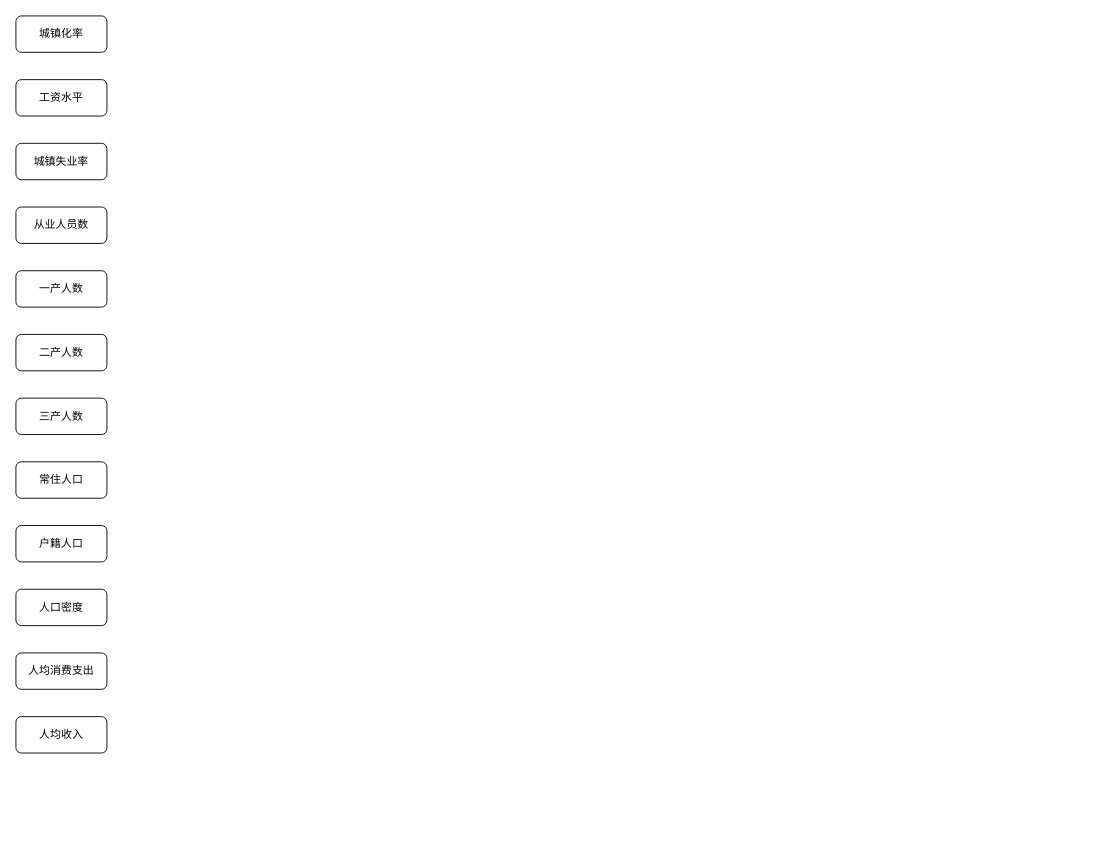
The draw.io diagram 未命名绘图.drawio in Iaiolk/CourseDM_Project, before the edit. Source tidied: cells renumbered, new cells numbered last; positions are measured from the earlier drawing's top-left corner, leaving out a move shared by most shapes. Both pictures are drawn from the tidied source at 91%, with x=0, y=0 at pixel (15, 15).
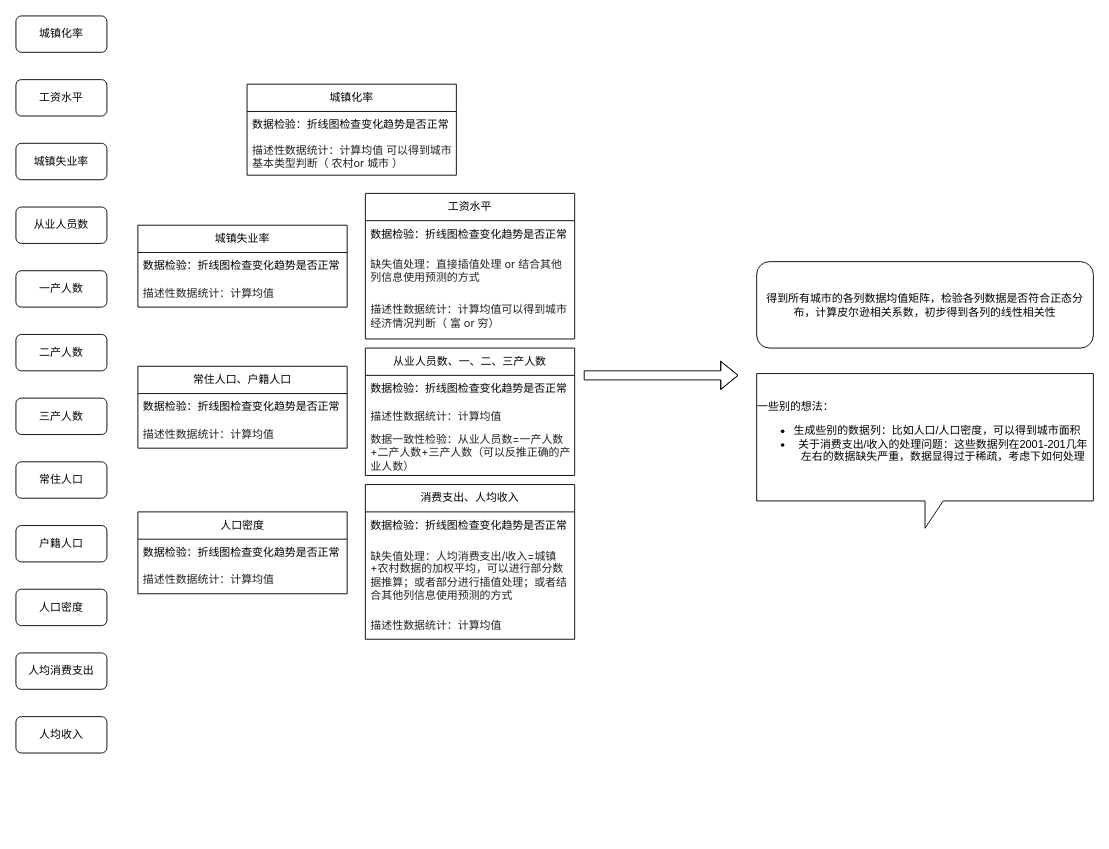
After the change.

Commit message:
更新未命名绘图.drawio

What changed in the source:
```diff
@@
-    <mxCell id="2" value="城镇化率" style="rounded=1;whiteSpace=wrap;html=1;" parent="1" vertex="1">
-      <mxGeometry width="100" height="40" as="geometry" />
-    </mxCell>
-    <mxCell id="3" value="工资水平" style="rounded=1;whiteSpace=wrap;html=1;" parent="1" vertex="1">
-      <mxGeometry y="70" width="100" height="40" as="geometry" />
-    </mxCell>
@@
+    <mxCell id="14" value="城镇化率" style="swimlane;fontStyle=0;horizontal=1;startSize=30;whiteSpace=wrap;html=1;" parent="1" vertex="1">
+      <mxGeometry x="254" y="75" width="230" height="100" as="geometry" />
+    </mxCell>
+    <mxCell id="15" value="数据检验：折线图检查变化趋势是否正常" style="text;strokeColor=none;fillColor=none;align=left;verticalAlign=middle;spacingLeft=4;spacingRight=4;overflow=hidden;whiteSpace=wrap;html=1;" parent="14" vertex="1">
+      <mxGeometry y="30" width="230" height="30" as="geometry" />
+    </mxCell>
+    <mxCell id="16" value="&lt;font style=&quot;font-size: 12px;&quot;&gt;&lt;font style=&quot;font-size: 12px;&quot; face=&quot;-apple-system, BlinkMacSystemFont, Segoe UI, Noto Sans, Helvetica, Arial, sans-serif, Apple Color Emoji, Segoe UI Emoji&quot; color=&quot;#1f2328&quot;&gt;&lt;span style=&quot;background-color: rgb(255, 255, 255);&quot;&gt;描述性数据统计：计算均值 可以得到城市基本类型判断（ 农村or 城市 ）&lt;/span&gt;&lt;/font&gt;&lt;/font&gt;" style="text;strokeColor=none;fillColor=none;align=left;verticalAlign=middle;spacingLeft=4;spacingRight=4;overflow=hidden;whiteSpace=wrap;html=1;" parent="14" vertex="1">
+      <mxGeometry y="60" width="230" height="40" as="geometry" />
+    </mxCell>
+    <mxCell id="17" value="工资水平" style="swimlane;fontStyle=0;horizontal=1;startSize=30;whiteSpace=wrap;html=1;" parent="1" vertex="1">
+      <mxGeometry x="384" y="195" width="230" height="160" as="geometry" />
+    </mxCell>
+    <mxCell id="18" value="&lt;span style=&quot;color: rgb(0, 0, 0); font-family: Helvetica; font-size: 12px; font-style: normal; font-variant-ligatures: normal; font-variant-caps: normal; font-weight: 400; letter-spacing: normal; orphans: 2; text-align: left; text-indent: 0px; text-transform: none; widows: 2; word-spacing: 0px; -webkit-text-stroke-width: 0px; white-space: normal; background-color: rgb(251, 251, 251); text-decoration-thickness: initial; text-decoration-style: initial; text-decoration-color: initial; display: inline !important; float: none;&quot;&gt;数据检验：折线图检查变化趋势是否正常&lt;/span&gt;" style="text;strokeColor=none;fillColor=none;align=left;verticalAlign=middle;spacingLeft=4;spacingRight=4;overflow=hidden;whiteSpace=wrap;html=1;" parent="17" vertex="1">
+      <mxGeometry y="30" width="230" height="30" as="geometry" />
+    </mxCell>
+    <mxCell id="19" value="&lt;span style=&quot;color: rgb(31, 35, 40); font-family: -apple-system, BlinkMacSystemFont, &amp;quot;Segoe UI&amp;quot;, &amp;quot;Noto Sans&amp;quot;, Helvetica, Arial, sans-serif, &amp;quot;Apple Color Emoji&amp;quot;, &amp;quot;Segoe UI Emoji&amp;quot;; background-color: rgb(255, 255, 255);&quot;&gt;缺失值处理：直接插值处理 or 结合其他列信息使用预测的方式&lt;/span&gt;" style="text;strokeColor=none;fillColor=none;align=left;verticalAlign=middle;spacingLeft=4;spacingRight=4;overflow=hidden;whiteSpace=wrap;html=1;" parent="17" vertex="1">
+      <mxGeometry y="60" width="230" height="50" as="geometry" />
+    </mxCell>
+    <mxCell id="20" value="&lt;span style=&quot;color: rgb(31, 35, 40); font-family: -apple-system, BlinkMacSystemFont, &amp;quot;Segoe UI&amp;quot;, &amp;quot;Noto Sans&amp;quot;, Helvetica, Arial, sans-serif, &amp;quot;Apple Color Emoji&amp;quot;, &amp;quot;Segoe UI Emoji&amp;quot;; background-color: rgb(255, 255, 255);&quot;&gt;描述性数据统计：计算均值可以得到城市经济情况判断（ 富 or 穷）&amp;nbsp;&lt;/span&gt;" style="text;strokeColor=none;fillColor=none;align=left;verticalAlign=middle;spacingLeft=4;spacingRight=4;overflow=hidden;whiteSpace=wrap;html=1;" parent="17" vertex="1">
+      <mxGeometry y="110" width="230" height="50" as="geometry" />
+    </mxCell>
+    <mxCell id="21" value="城镇失业率" style="swimlane;fontStyle=0;horizontal=1;startSize=30;whiteSpace=wrap;html=1;" parent="1" vertex="1">
+      <mxGeometry x="134" y="230" width="230" height="90" as="geometry" />
+    </mxCell>
+    <mxCell id="22" value="&lt;span style=&quot;color: rgb(0, 0, 0); font-family: Helvetica; font-size: 12px; font-style: normal; font-variant-ligatures: normal; font-variant-caps: normal; font-weight: 400; letter-spacing: normal; orphans: 2; text-align: left; text-indent: 0px; text-transform: none; widows: 2; word-spacing: 0px; -webkit-text-stroke-width: 0px; white-space: normal; background-color: rgb(251, 251, 251); text-decoration-thickness: initial; text-decoration-style: initial; text-decoration-color: initial; display: inline !important; float: none;&quot;&gt;数据检验：折线图检查变化趋势是否正常&lt;/span&gt;" style="text;strokeColor=none;fillColor=none;align=left;verticalAlign=middle;spacingLeft=4;spacingRight=4;overflow=hidden;whiteSpace=wrap;html=1;" parent="21" vertex="1">
+      <mxGeometry y="30" width="230" height="30" as="geometry" />
+    </mxCell>
+    <mxCell id="23" value="&lt;span style=&quot;color: rgb(31, 35, 40); font-family: -apple-system, BlinkMacSystemFont, &amp;quot;Segoe UI&amp;quot;, &amp;quot;Noto Sans&amp;quot;, Helvetica, Arial, sans-serif, &amp;quot;Apple Color Emoji&amp;quot;, &amp;quot;Segoe UI Emoji&amp;quot;; background-color: rgb(255, 255, 255);&quot;&gt;描述性数据统计：计算均值&lt;/span&gt;" style="text;strokeColor=none;fillColor=none;align=left;verticalAlign=middle;spacingLeft=4;spacingRight=4;overflow=hidden;whiteSpace=wrap;html=1;" parent="21" vertex="1">
+      <mxGeometry y="60" width="230" height="30" as="geometry" />
+    </mxCell>
+    <mxCell id="24" value="从业人员数、一、二、三产人数" style="swimlane;fontStyle=0;horizontal=1;startSize=30;whiteSpace=wrap;html=1;" parent="1" vertex="1">
+      <mxGeometry x="384" y="365" width="230" height="140" as="geometry" />
+    </mxCell>
+    <mxCell id="25" value="&lt;span style=&quot;color: rgb(0, 0, 0); font-family: Helvetica; font-size: 12px; font-style: normal; font-variant-ligatures: normal; font-variant-caps: normal; font-weight: 400; letter-spacing: normal; orphans: 2; text-align: left; text-indent: 0px; text-transform: none; widows: 2; word-spacing: 0px; -webkit-text-stroke-width: 0px; white-space: normal; background-color: rgb(251, 251, 251); text-decoration-thickness: initial; text-decoration-style: initial; text-decoration-color: initial; display: inline !important; float: none;&quot;&gt;数据检验：折线图检查变化趋势是否正常&lt;/span&gt;" style="text;strokeColor=none;fillColor=none;align=left;verticalAlign=middle;spacingLeft=4;spacingRight=4;overflow=hidden;whiteSpace=wrap;html=1;" parent="24" vertex="1">
+      <mxGeometry y="30" width="230" height="30" as="geometry" />
+    </mxCell>
+    <mxCell id="26" value="&lt;span style=&quot;color: rgb(31, 35, 40); font-family: -apple-system, BlinkMacSystemFont, &amp;quot;Segoe UI&amp;quot;, &amp;quot;Noto Sans&amp;quot;, Helvetica, Arial, sans-serif, &amp;quot;Apple Color Emoji&amp;quot;, &amp;quot;Segoe UI Emoji&amp;quot;; background-color: rgb(255, 255, 255);&quot;&gt;描述性数据统计：计算均值&lt;/span&gt;" style="text;strokeColor=none;fillColor=none;align=left;verticalAlign=middle;spacingLeft=4;spacingRight=4;overflow=hidden;whiteSpace=wrap;html=1;" parent="24" vertex="1">
+      <mxGeometry y="60" width="230" height="30" as="geometry" />
+    </mxCell>
+    <mxCell id="27" value="&lt;span style=&quot;color: rgb(31, 35, 40); font-family: -apple-system, BlinkMacSystemFont, &amp;quot;Segoe UI&amp;quot;, &amp;quot;Noto Sans&amp;quot;, Helvetica, Arial, sans-serif, &amp;quot;Apple Color Emoji&amp;quot;, &amp;quot;Segoe UI Emoji&amp;quot;; background-color: rgb(255, 255, 255);&quot;&gt;数据一致性检验：&lt;/span&gt;&lt;font face=&quot;-apple-system, BlinkMacSystemFont, Segoe UI, Noto Sans, Helvetica, Arial, sans-serif, Apple Color Emoji, Segoe UI Emoji&quot; color=&quot;#1f2328&quot;&gt;从业人员数=一产人数+二产人数+三产人数（可以反推正确的产业人数）&lt;/font&gt;" style="text;strokeColor=none;fillColor=none;align=left;verticalAlign=middle;spacingLeft=4;spacingRight=4;overflow=hidden;whiteSpace=wrap;html=1;" parent="24" vertex="1">
+      <mxGeometry y="90" width="230" height="50" as="geometry" />
+    </mxCell>
+    <mxCell id="28" value="常住人口、户籍人口" style="swimlane;fontStyle=0;horizontal=1;startSize=30;whiteSpace=wrap;html=1;" parent="1" vertex="1">
+      <mxGeometry x="134" y="385" width="230" height="90" as="geometry" />
+    </mxCell>
+    <mxCell id="29" value="&lt;span style=&quot;color: rgb(0, 0, 0); font-family: Helvetica; font-size: 12px; font-style: normal; font-variant-ligatures: normal; font-variant-caps: normal; font-weight: 400; letter-spacing: normal; orphans: 2; text-align: left; text-indent: 0px; text-transform: none; widows: 2; word-spacing: 0px; -webkit-text-stroke-width: 0px; white-space: normal; background-color: rgb(251, 251, 251); text-decoration-thickness: initial; text-decoration-style: initial; text-decoration-color: initial; display: inline !important; float: none;&quot;&gt;数据检验：折线图检查变化趋势是否正常&lt;/span&gt;" style="text;strokeColor=none;fillColor=none;align=left;verticalAlign=middle;spacingLeft=4;spacingRight=4;overflow=hidden;whiteSpace=wrap;html=1;" parent="28" vertex="1">
+      <mxGeometry y="30" width="230" height="30" as="geometry" />
+    </mxCell>
+    <mxCell id="30" value="&lt;span style=&quot;color: rgb(31, 35, 40); font-family: -apple-system, BlinkMacSystemFont, &amp;quot;Segoe UI&amp;quot;, &amp;quot;Noto Sans&amp;quot;, Helvetica, Arial, sans-serif, &amp;quot;Apple Color Emoji&amp;quot;, &amp;quot;Segoe UI Emoji&amp;quot;; background-color: rgb(255, 255, 255);&quot;&gt;描述性数据统计：计算均值&lt;/span&gt;" style="text;strokeColor=none;fillColor=none;align=left;verticalAlign=middle;spacingLeft=4;spacingRight=4;overflow=hidden;whiteSpace=wrap;html=1;" parent="28" vertex="1">
+      <mxGeometry y="60" width="230" height="30" as="geometry" />
+    </mxCell>
+    <mxCell id="31" value="人口密度" style="swimlane;fontStyle=0;horizontal=1;startSize=30;whiteSpace=wrap;html=1;" parent="1" vertex="1">
+      <mxGeometry x="134" y="545" width="230" height="90" as="geometry" />
+    </mxCell>
+    <mxCell id="32" value="&lt;span style=&quot;color: rgb(0, 0, 0); font-family: Helvetica; font-size: 12px; font-style: normal; font-variant-ligatures: normal; font-variant-caps: normal; font-weight: 400; letter-spacing: normal; orphans: 2; text-align: left; text-indent: 0px; text-transform: none; widows: 2; word-spacing: 0px; -webkit-text-stroke-width: 0px; white-space: normal; background-color: rgb(251, 251, 251); text-decoration-thickness: initial; text-decoration-style: initial; text-decoration-color: initial; display: inline !important; float: none;&quot;&gt;数据检验：折线图检查变化趋势是否正常&lt;/span&gt;" style="text;strokeColor=none;fillColor=none;align=left;verticalAlign=middle;spacingLeft=4;spacingRight=4;overflow=hidden;whiteSpace=wrap;html=1;" parent="31" vertex="1">
+      <mxGeometry y="30" width="230" height="30" as="geometry" />
+    </mxCell>
+    <mxCell id="33" value="&lt;span style=&quot;color: rgb(31, 35, 40); font-family: -apple-system, BlinkMacSystemFont, &amp;quot;Segoe UI&amp;quot;, &amp;quot;Noto Sans&amp;quot;, Helvetica, Arial, sans-serif, &amp;quot;Apple Color Emoji&amp;quot;, &amp;quot;Segoe UI Emoji&amp;quot;; background-color: rgb(255, 255, 255);&quot;&gt;描述性数据统计：计算均值&lt;/span&gt;" style="text;strokeColor=none;fillColor=none;align=left;verticalAlign=middle;spacingLeft=4;spacingRight=4;overflow=hidden;whiteSpace=wrap;html=1;" parent="31" vertex="1">
+      <mxGeometry y="60" width="230" height="30" as="geometry" />
+    </mxCell>
+    <mxCell id="34" value="消费支出、人均收入" style="swimlane;fontStyle=0;horizontal=1;startSize=30;whiteSpace=wrap;html=1;" parent="1" vertex="1">
+      <mxGeometry x="384" y="515" width="230" height="170" as="geometry" />
+    </mxCell>
+    <mxCell id="35" value="&lt;span style=&quot;color: rgb(0, 0, 0); font-family: Helvetica; font-size: 12px; font-style: normal; font-variant-ligatures: normal; font-variant-caps: normal; font-weight: 400; letter-spacing: normal; orphans: 2; text-align: left; text-indent: 0px; text-transform: none; widows: 2; word-spacing: 0px; -webkit-text-stroke-width: 0px; white-space: normal; background-color: rgb(251, 251, 251); text-decoration-thickness: initial; text-decoration-style: initial; text-decoration-color: initial; display: inline !important; float: none;&quot;&gt;数据检验：折线图检查变化趋势是否正常&lt;/span&gt;" style="text;strokeColor=none;fillColor=none;align=left;verticalAlign=middle;spacingLeft=4;spacingRight=4;overflow=hidden;whiteSpace=wrap;html=1;" parent="34" vertex="1">
+      <mxGeometry y="30" width="230" height="30" as="geometry" />
+    </mxCell>
+    <mxCell id="36" value="&lt;font face=&quot;-apple-system, BlinkMacSystemFont, Segoe UI, Noto Sans, Helvetica, Arial, sans-serif, Apple Color Emoji, Segoe UI Emoji&quot; color=&quot;#1f2328&quot;&gt;&lt;span style=&quot;background-color: rgb(255, 255, 255);&quot;&gt;缺失值处理：人均消费支出/收入=城镇+农村数据的加权平均，可以进行部分数据推算；或者部分进行插值处理；或者&lt;/span&gt;&lt;/font&gt;&lt;span style=&quot;color: rgb(31, 35, 40); font-family: -apple-system, BlinkMacSystemFont, &amp;quot;Segoe UI&amp;quot;, &amp;quot;Noto Sans&amp;quot;, Helvetica, Arial, sans-serif, &amp;quot;Apple Color Emoji&amp;quot;, &amp;quot;Segoe UI Emoji&amp;quot;; background-color: rgb(255, 255, 255);&quot;&gt;结合其他列信息使用预测的方式&lt;/span&gt;" style="text;strokeColor=none;fillColor=none;align=left;verticalAlign=middle;spacingLeft=4;spacingRight=4;overflow=hidden;whiteSpace=wrap;html=1;" parent="34" vertex="1">
+      <mxGeometry y="60" width="230" height="80" as="geometry" />
+    </mxCell>
+    <mxCell id="37" value="&lt;span style=&quot;color: rgb(31, 35, 40); font-family: -apple-system, BlinkMacSystemFont, &amp;quot;Segoe UI&amp;quot;, &amp;quot;Noto Sans&amp;quot;, Helvetica, Arial, sans-serif, &amp;quot;Apple Color Emoji&amp;quot;, &amp;quot;Segoe UI Emoji&amp;quot;; background-color: rgb(255, 255, 255);&quot;&gt;描述性数据统计：计算均值&lt;/span&gt;" style="text;strokeColor=none;fillColor=none;align=left;verticalAlign=middle;spacingLeft=4;spacingRight=4;overflow=hidden;whiteSpace=wrap;html=1;" parent="34" vertex="1">
+      <mxGeometry y="140" width="230" height="30" as="geometry" />
+    </mxCell>
+    <mxCell id="2" value="城镇化率" style="rounded=1;whiteSpace=wrap;html=1;" parent="1" vertex="1">
+      <mxGeometry width="100" height="40" as="geometry" />
+    </mxCell>
+    <mxCell id="3" value="工资水平" style="rounded=1;whiteSpace=wrap;html=1;" parent="1" vertex="1">
+      <mxGeometry y="70" width="100" height="40" as="geometry" />
+    </mxCell>
+    <mxCell id="38" value="得到所有城市的各列数据均值矩阵，检验各列数据是否符合正态分布，计算皮尔逊相关系数，初步得到各列的线性相关性" style="rounded=1;whiteSpace=wrap;html=1;" parent="1" vertex="1">
+      <mxGeometry x="814" y="270" width="370" height="95" as="geometry" />
+    </mxCell>
+    <mxCell id="39" style="shape=flexArrow;endArrow=classic;html=1;rounded=0;" parent="1" edge="1">
+      <mxGeometry relative="1" as="geometry">
+        <mxPoint x="624" y="395" as="sourcePoint" />
+        <mxPoint x="794" y="395" as="targetPoint" />
+        <Array as="points">
+          <mxPoint x="654" y="395" />
+        </Array>
+      </mxGeometry>
+    </mxCell>
+    <mxCell id="40" value="&lt;div&gt;&lt;br&gt;&lt;/div&gt;" style="text;html=1;align=center;verticalAlign=middle;strokeColor=none;fillColor=none;" parent="1" vertex="1">
+      <mxGeometry x="484" y="868" width="20" height="30" as="geometry" />
+    </mxCell>
+    <mxCell id="41" value="&lt;div style=&quot;text-align: left;&quot;&gt;&lt;span style=&quot;background-color: initial;&quot;&gt;一些别的想法：&lt;/span&gt;&lt;/div&gt;&lt;div&gt;&lt;ul&gt;&lt;li style=&quot;text-align: left;&quot;&gt;生成些别的数据列：比如人口/人口密度，可以得到城市面积&lt;/li&gt;&lt;li&gt;&lt;span style=&quot;text-align: left; background-color: initial;&quot;&gt;关于消费支出/收入的处理问题：这些数据列在2001-201几年左右的数据缺失严重，数据显得过于稀疏，考虑下如何处理&lt;/span&gt;&lt;/li&gt;&lt;/ul&gt;&lt;/div&gt;" style="shape=callout;whiteSpace=wrap;html=1;perimeter=calloutPerimeter;" parent="1" vertex="1">
+      <mxGeometry x="814" y="393" width="370" height="170" as="geometry" />
+    </mxCell>
```
